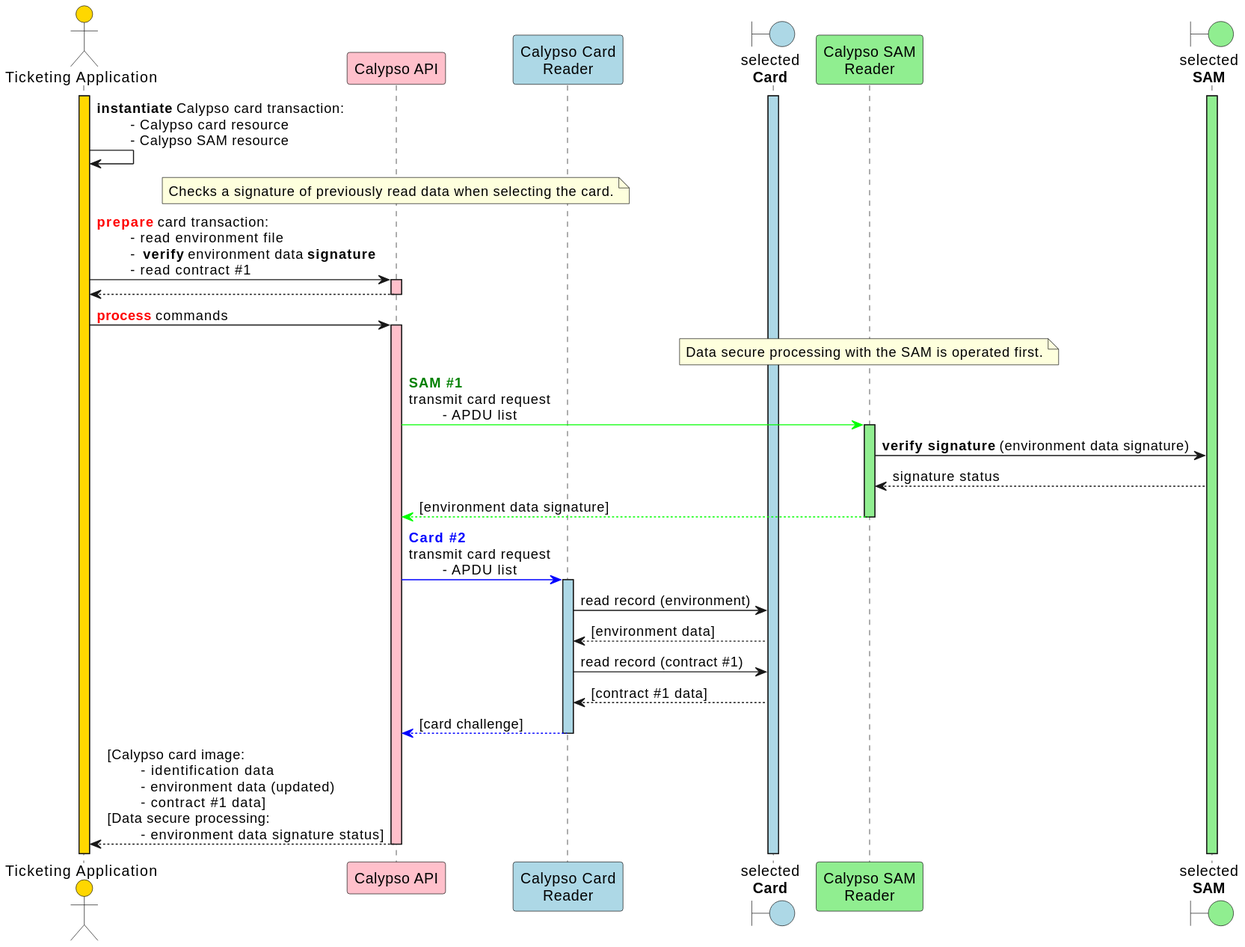
This is static/media/apis/calypso_transaction_DSP_outside_session_sequence_diagram.svg from calypsonet/calypsonet-terminal-api-website, a PlantUML export, as it was before one commit.
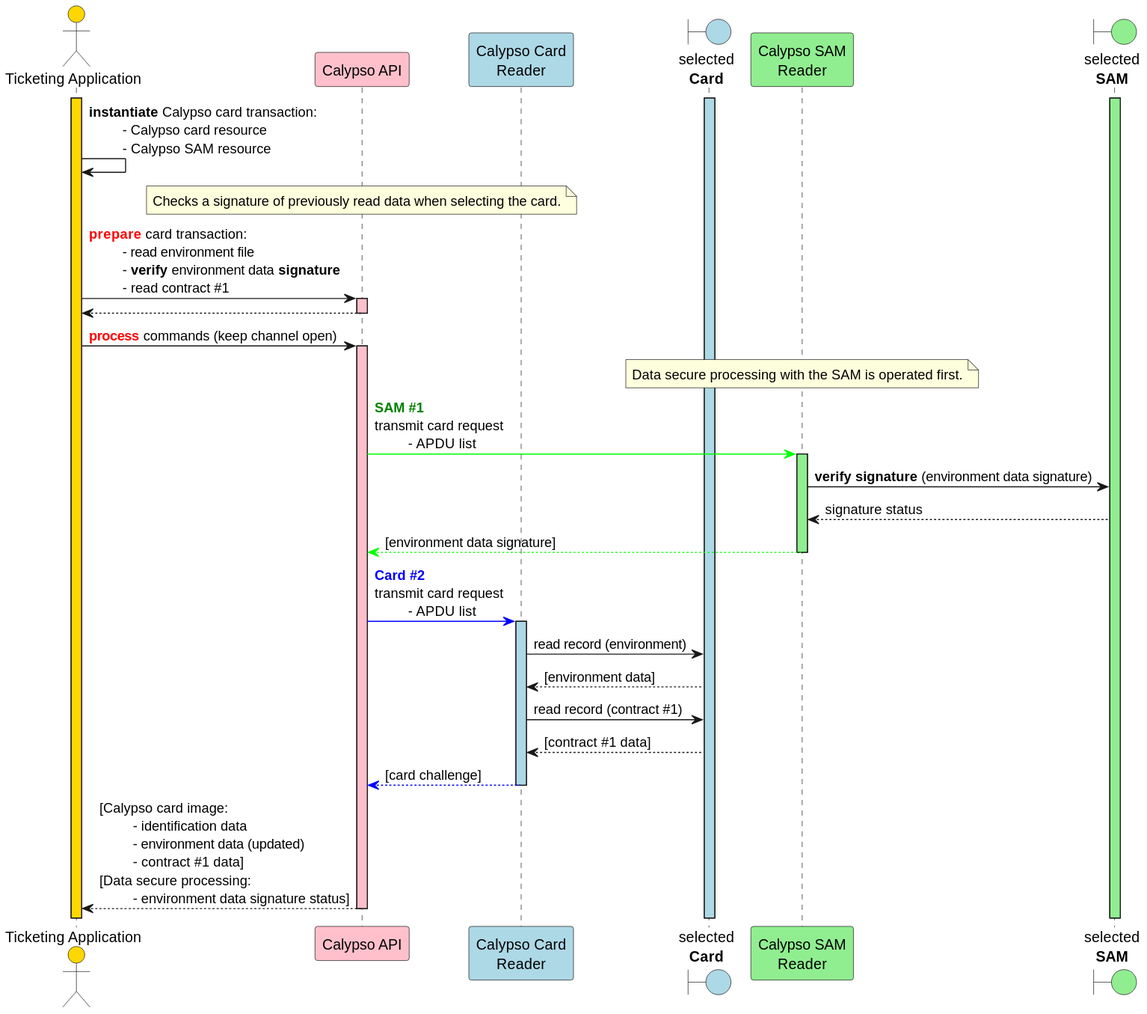
The same diagram one commit later.

What changed in the source:
```diff
@@ -1,5 +1,4 @@
 @startuml
-
 skinparam ClassBorderColor #D4AC0D
 skinparam stereotypeABorderColor #A9DCDF
 skinparam stereotypeIBorderColor #B4A7E5
@@ -53,7 +52,7 @@
 capi-->app
 deactivate capi
 
-app->capi: <font color=red>**process**</font> commands
+app->capi: <font color=red>**process**</font> commands (keep channel open)
 activate capi  #pink
 
 note over samReader
```
